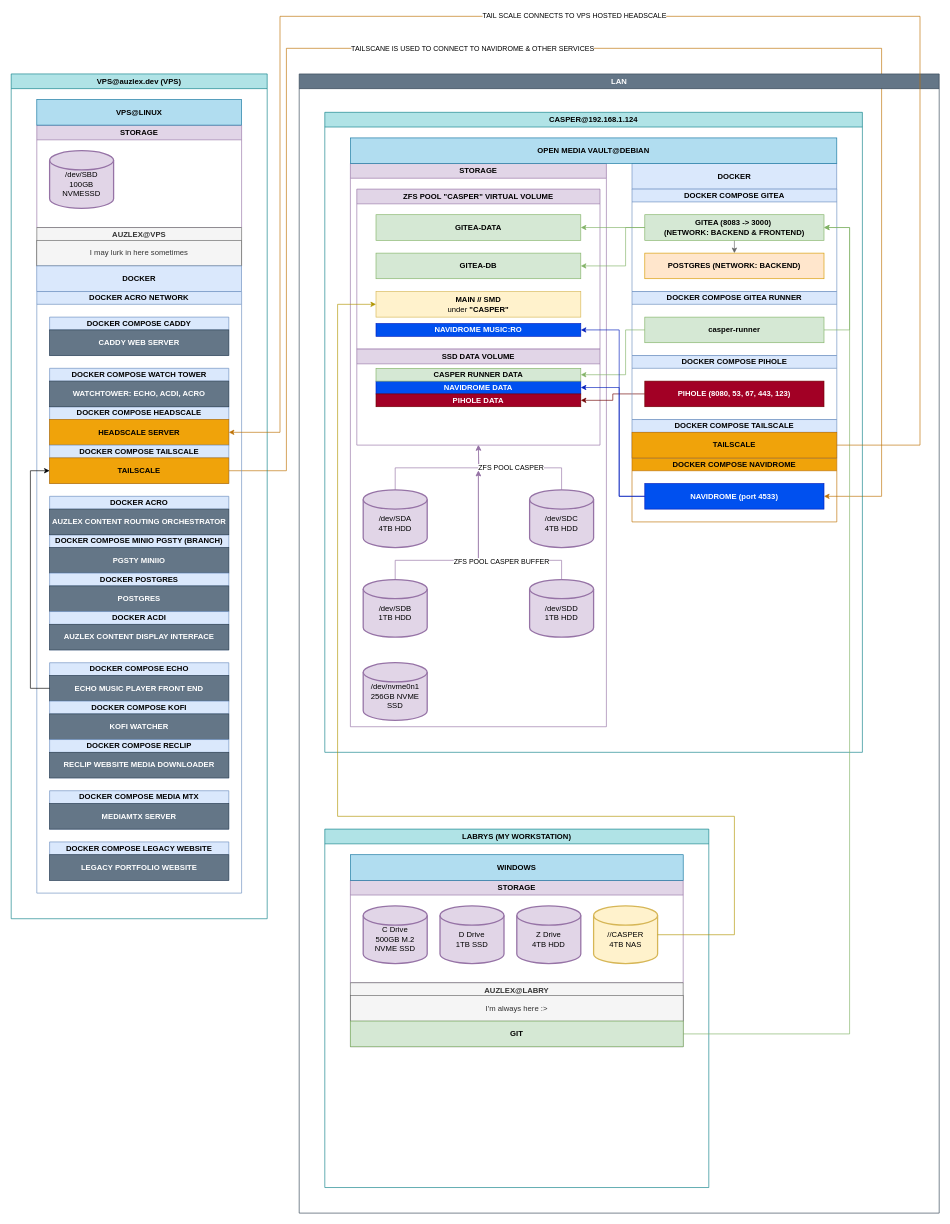
This is my home lab setup.drawio from Auzlex/my-home-lab, a draw.io file, before an edit. Source tidied: cells renumbered, new cells numbered last; positions are measured from the earlier drawing's top-left corner, leaving out a move shared by most shapes. Both pictures are drawn from the tidied source at 64%, with x=0, y=0 at pixel (11, 16).
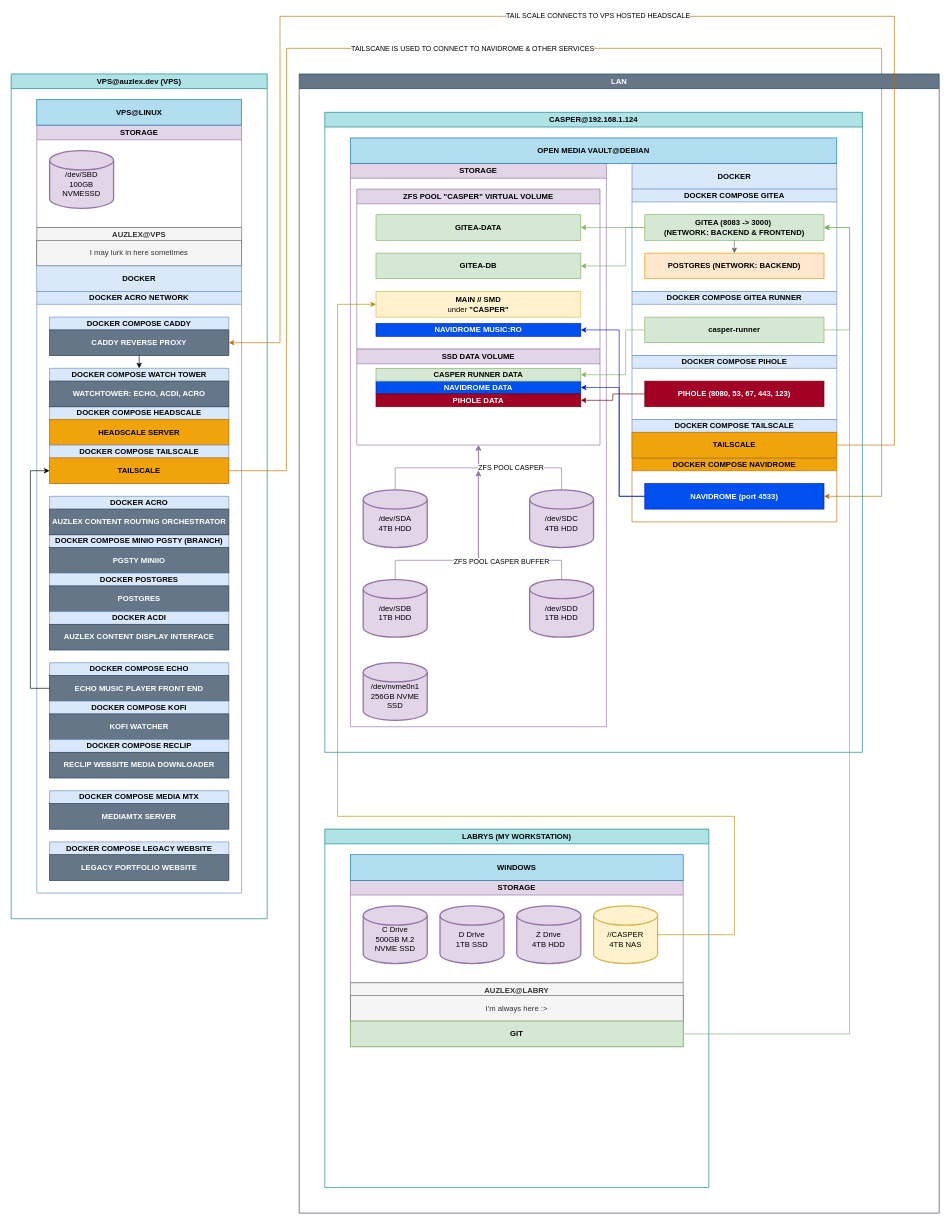
The same diagram, later.

The change refers to these unchanged cells:
```xml
<mxCell id="55" value="&lt;b&gt;TAILSCALE&lt;/b&gt;" style="rounded=0;whiteSpace=wrap;html=1;fillColor=#f0a30a;fontColor=#000000;strokeColor=#BD7000;" parent="54" vertex="1">
  <mxGeometry y="20" width="320" height="40" as="geometry" />
</mxCell>
<mxCell id="67" value="DOCKER ACRO NETWORK" style="swimlane;whiteSpace=wrap;html=1;startSize=20;fillColor=#dae8fc;strokeColor=#6c8ebf;" parent="60" vertex="1">
  <mxGeometry x="40" y="340" width="320" height="940" as="geometry" />
</mxCell>
<mxCell id="69" value="&lt;b&gt;HEADSCALE SERVER&lt;/b&gt;" style="rounded=0;whiteSpace=wrap;html=1;fillColor=#f0a30a;fontColor=#000000;strokeColor=#BD7000;" parent="68" vertex="1">
  <mxGeometry y="20" width="280" height="40" as="geometry" />
</mxCell>
<mxCell id="72" value="DOCKER COMPOSE WATCH TOWER" style="swimlane;whiteSpace=wrap;html=1;startSize=20;fillColor=#dae8fc;strokeColor=#6c8ebf;" parent="67" vertex="1">
  <mxGeometry x="20" y="120" width="280" height="60" as="geometry" />
</mxCell>
<mxCell id="92" value="DOCKER COMPOSE CADDY" style="swimlane;whiteSpace=wrap;html=1;startSize=20;fillColor=#dae8fc;strokeColor=#6c8ebf;" parent="67" vertex="1">
  <mxGeometry x="20" y="40" width="280" height="60" as="geometry" />
</mxCell>
```

Diff of the diagram source:
```diff
@@
-    <mxCell id="93" value="&lt;b&gt;CADDY WEB SERVER&lt;/b&gt;" style="rounded=0;whiteSpace=wrap;html=1;fillColor=#647687;fontColor=#ffffff;strokeColor=#314354;" parent="92" vertex="1">
+    <mxCell id="93" value="&lt;b&gt;CADDY REVERSE PROXY&lt;/b&gt;" style="rounded=0;whiteSpace=wrap;html=1;fillColor=#647687;fontColor=#ffffff;strokeColor=#314354;" parent="92" vertex="1">
       <mxGeometry y="20" width="280" height="40" as="geometry" />
     </mxCell>
@@
+    <mxCell id="97" style="edgeStyle=orthogonalEdgeStyle;rounded=0;jettySize=auto;html=1;exitX=0.5;exitY=1;exitDx=0;exitDy=0;entryX=0.5;entryY=0;entryDx=0;entryDy=0;" parent="67" edge="1" source="93" target="72">
+      <mxGeometry relative="1" as="geometry" />
+    </mxCell>
-    <mxCell id="95" style="edgeStyle=orthogonalEdgeStyle;rounded=0;jettySize=auto;html=1;exitX=1;exitY=0.5;exitDx=0;exitDy=0;entryX=1;entryY=0.5;entryDx=0;entryDy=0;fillColor=#f0a30a;strokeColor=#BD7000;" parent="1" edge="1" source="55" target="69">
+    <mxCell id="95" style="edgeStyle=orthogonalEdgeStyle;rounded=0;jettySize=auto;html=1;exitX=1;exitY=0.5;exitDx=0;exitDy=0;entryX=1;entryY=0.5;entryDx=0;entryDy=0;fillColor=#f0a30a;strokeColor=#BD7000;" parent="1" edge="1" source="55" target="93">
       <mxGeometry relative="1" as="geometry">
         <Array as="points">
-          <mxPoint x="1420" y="670" />
-          <mxPoint x="1420" />
+          <mxPoint x="1380" y="670" />
+          <mxPoint x="1380" />
           <mxPoint x="420" />
-          <mxPoint x="420" y="650" />
+          <mxPoint x="420" y="510" />
         </Array>
       </mxGeometry>
     </mxCell>
```
